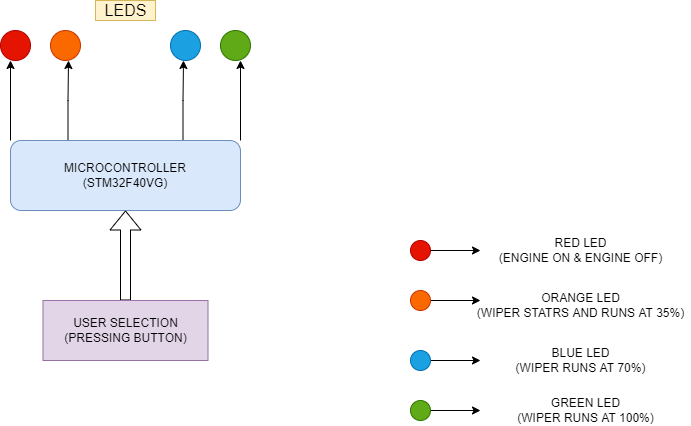
This is 2_Architecture/BLOCK_DIAGRAM.png from Balaji-Gopalakrishnan/M3_WiperControl_System, a draw.io export, as it was before one commit. Source tidied: cells renumbered, new cells last; positions are measured from the earlier drawing's top-left corner, leaving out a move shared by most shapes.
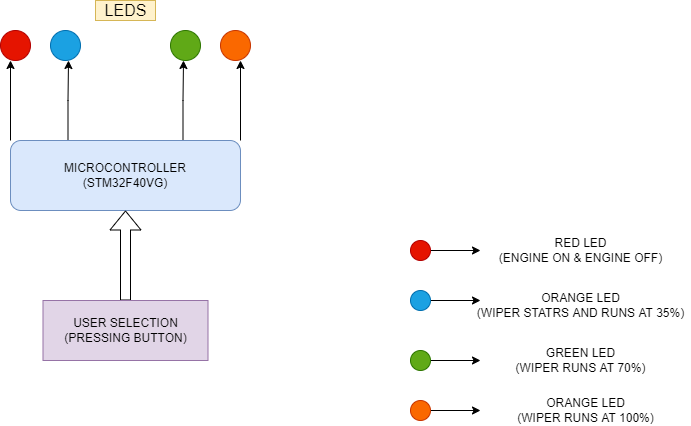
Above is the later version.

The edit, as a diff of the source:
```diff
@@ -35,7 +35,7 @@
       <mxGeometry y="30" width="30" height="30" as="geometry" />
     </mxCell>
     <mxCell id="10" style="ellipse;whiteSpace=wrap;html=1;fillColor=#1ba1e2;fontColor=#ffffff;strokeColor=#006EAF;" parent="1" vertex="1">
-      <mxGeometry x="170" y="30" width="30" height="30" as="geometry" />
+      <mxGeometry x="50" y="30" width="30" height="30" as="geometry" />
     </mxCell>
     <mxCell id="11" style="edgeStyle=orthogonalEdgeStyle;rounded=0;orthogonalLoop=1;jettySize=auto;html=1;exitX=0.5;exitY=1;exitDx=0;exitDy=0;" parent="1" edge="1" source="10" target="10">
       <mxGeometry relative="1" as="geometry" />
@@ -44,10 +44,10 @@
       <mxGeometry relative="1" as="geometry" />
     </mxCell>
     <mxCell id="13" style="ellipse;whiteSpace=wrap;html=1;fillColor=#fa6800;fontColor=#000000;strokeColor=#C73500;" parent="1" vertex="1">
-      <mxGeometry x="50" y="30" width="30" height="30" as="geometry" />
+      <mxGeometry x="220" y="30" width="30" height="30" as="geometry" />
     </mxCell>
     <mxCell id="14" style="ellipse;whiteSpace=wrap;html=1;fillColor=#60a917;strokeColor=#2D7600;fontColor=#ffffff;" parent="1" vertex="1">
-      <mxGeometry x="220" y="30" width="30" height="30" as="geometry" />
+      <mxGeometry x="170" y="30" width="30" height="30" as="geometry" />
     </mxCell>
     <mxCell id="15" style="edgeStyle=orthogonalEdgeStyle;rounded=0;jettySize=auto;html=1;exitX=1;exitY=0.5;exitDx=0;exitDy=0;" parent="1" edge="1" source="16">
       <mxGeometry relative="1" as="geometry">
@@ -65,7 +65,7 @@
         <mxPoint x="480" y="300" as="targetPoint" />
       </mxGeometry>
     </mxCell>
-    <mxCell id="19" style="ellipse;whiteSpace=wrap;html=1;fillColor=#fa6800;fontColor=#000000;strokeColor=#C73500;" parent="1" vertex="1">
+    <mxCell id="19" style="ellipse;whiteSpace=wrap;html=1;fillColor=#1ba1e2;fontColor=#ffffff;strokeColor=#006EAF;" parent="1" vertex="1">
       <mxGeometry x="410" y="290" width="20" height="20" as="geometry" />
     </mxCell>
     <mxCell id="20" value="ORANGE LED&lt;br&gt;(WIPER STATRS AND RUNS AT 35%)" style="text;html=1;align=center;verticalAlign=middle;fillColor=none;strokeColor=none;rounded=0;" parent="1" vertex="1">
@@ -76,10 +76,10 @@
         <mxPoint x="480" y="360" as="targetPoint" />
       </mxGeometry>
     </mxCell>
-    <mxCell id="22" style="ellipse;whiteSpace=wrap;html=1;fillColor=#1ba1e2;fontColor=#ffffff;strokeColor=#006EAF;" parent="1" vertex="1">
+    <mxCell id="22" style="ellipse;whiteSpace=wrap;html=1;fillColor=#60a917;fontColor=#ffffff;strokeColor=#2D7600;" parent="1" vertex="1">
       <mxGeometry x="410" y="350" width="20" height="20" as="geometry" />
     </mxCell>
-    <mxCell id="23" value="BLUE LED&lt;br&gt;(WIPER RUNS AT 70%)" style="text;html=1;align=center;verticalAlign=middle;fillColor=none;strokeColor=none;rounded=0;" parent="1" vertex="1">
+    <mxCell id="23" value="GREEN LED&lt;br&gt;(WIPER RUNS AT 70%)" style="text;html=1;align=center;verticalAlign=middle;fillColor=none;strokeColor=none;rounded=0;" parent="1" vertex="1">
       <mxGeometry x="510" y="345" width="140" height="30" as="geometry" />
     </mxCell>
     <mxCell id="24" style="edgeStyle=orthogonalEdgeStyle;rounded=0;jettySize=auto;html=1;exitX=1;exitY=0.5;exitDx=0;exitDy=0;" parent="1" edge="1" source="25">
@@ -87,10 +87,10 @@
         <mxPoint x="480" y="410" as="targetPoint" />
       </mxGeometry>
     </mxCell>
-    <mxCell id="25" style="ellipse;whiteSpace=wrap;html=1;fillColor=#60a917;fontColor=#ffffff;strokeColor=#2D7600;" parent="1" vertex="1">
+    <mxCell id="25" style="ellipse;whiteSpace=wrap;html=1;fillColor=#fa6800;fontColor=#000000;strokeColor=#C73500;" parent="1" vertex="1">
       <mxGeometry x="410" y="400" width="20" height="20" as="geometry" />
     </mxCell>
-    <mxCell id="26" value="GREEN LED&lt;br&gt;(WIPER RUNS AT 100%)" style="text;html=1;align=center;verticalAlign=middle;fillColor=none;strokeColor=none;rounded=0;" parent="1" vertex="1">
+    <mxCell id="26" value="ORANGE LED&lt;br&gt;(WIPER RUNS AT 100%)" style="text;html=1;align=center;verticalAlign=middle;fillColor=none;strokeColor=none;rounded=0;" parent="1" vertex="1">
       <mxGeometry x="510" y="395" width="150" height="30" as="geometry" />
     </mxCell>
     <mxCell id="27" value="&lt;font size=&quot;3&quot;&gt;LEDS&lt;/font&gt;" style="text;html=1;align=center;verticalAlign=middle;fillColor=#fff2cc;strokeColor=#d6b656;rounded=0;" parent="1" vertex="1">
```
